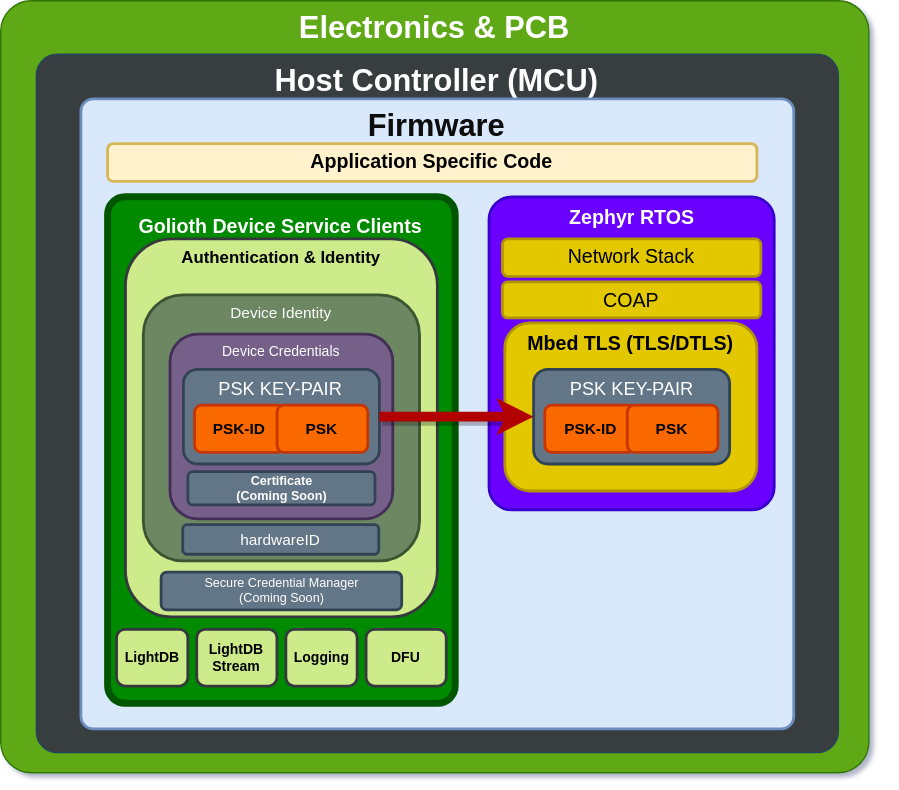
golioth/docs keeps this draw.io diagram as docs/firmware/firmware-client-auth.drawio.svg. Above is the earlier version. Source tidied: cells renumbered, new cells last; positions are measured from the earlier drawing's top-left corner, leaving out a move shared by most shapes.
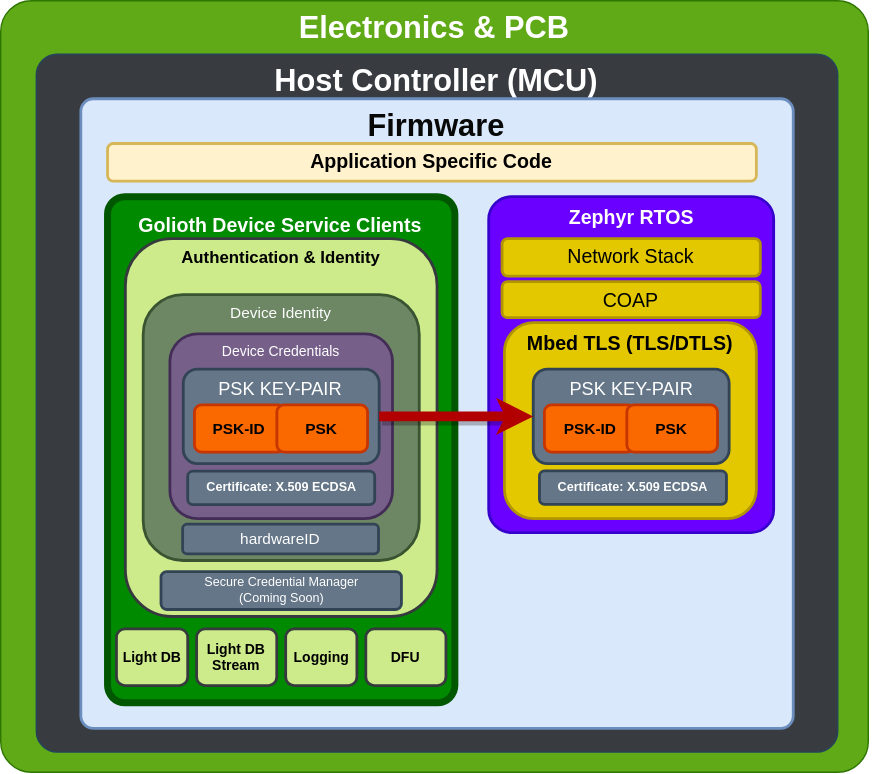
Later version of the same file.

Commit message:
firmware: convert authentication to a section

Change to the diagram source:
```diff
@@ -1,94 +1,98 @@
-<mxGraphModel shadow="1">
+<mxGraphModel>
   <root>
-    <mxCell id="0" />
+    <mxCell id="36" />
+    <mxCell id="37" parent="36" />
-    <mxCell id="1" value="background" parent="0" />
+    <mxCell id="1" value="background" parent="36" />
-    <mxCell id="2" value="PCB" parent="0" />
+    <mxCell id="2" value="PCB" parent="36" />
-    <mxCell id="3" value="pcb-components" parent="0" />
+    <mxCell id="3" value="pcb-components" parent="36" />
-    <mxCell id="4" value="host-mcu" parent="0" />
+    <mxCell id="4" value="host-mcu" parent="36" />
-    <mxCell id="5" value="internal-flash" parent="0" />
+    <mxCell id="5" value="internal-flash" parent="36" />
-    <mxCell id="6" value="software" parent="0" />
+    <mxCell id="6" value="software" parent="36" />
-    <mxCell id="7" value="golioth" parent="0" />
+    <mxCell id="7" value="golioth" parent="36" />
-    <mxCell id="8" value="OS-Ecosystem" parent="0" />
+    <mxCell id="8" value="OS-Ecosystem" parent="36" />
-    <mxCell id="9" style="group;fontSize=9;" parent="8" vertex="1">
-      <mxGeometry width="630" height="551.3" as="geometry" />
-    </mxCell>
+    <mxCell id="38" style="group;fontSize=9;" parent="8" vertex="1">
+      <mxGeometry x="-230" y="-98" width="630" height="551.3" as="geometry" />
+    </mxCell>
-    <mxCell id="10" value="Electronics &amp;amp; PCB" style="rounded=1;whiteSpace=wrap;html=1;align=center;verticalAlign=top;arcSize=4;fillColor=#60a917;strokeColor=#2D7600;fontColor=#ffffff;fontSize=22;fontStyle=1;" parent="9" vertex="1">
+    <mxCell id="10" value="Electronics &amp;amp; PCB" style="rounded=1;whiteSpace=wrap;html=1;align=center;verticalAlign=top;arcSize=4;fillColor=#60a917;strokeColor=#2D7600;fontColor=#ffffff;fontSize=22;fontStyle=1;" parent="38" vertex="1">
       <mxGeometry width="620" height="551.3" as="geometry" />
     </mxCell>
-    <mxCell id="11" value="Host Controller (MCU)" style="rounded=1;whiteSpace=wrap;html=1;align=center;verticalAlign=top;arcSize=3;fillColor=#383C40;strokeColor=#23445d;fontSize=22;fontStyle=1;fontColor=#FFFFFF;" parent="9" vertex="1">
+    <mxCell id="11" value="Host Controller (MCU)" style="rounded=1;whiteSpace=wrap;html=1;align=center;verticalAlign=top;arcSize=3;fillColor=#383C40;strokeColor=#23445d;fontSize=22;fontStyle=1;fontColor=#FFFFFF;" parent="38" vertex="1">
       <mxGeometry x="25.5" y="38.2" width="572.7" height="498.7" as="geometry" />
     </mxCell>
-    <mxCell id="12" value="Firmware" style="rounded=1;whiteSpace=wrap;html=1;strokeWidth=2;align=center;verticalAlign=top;arcSize=2;fillColor=#dae8fc;strokeColor=#6c8ebf;fontSize=22;fontStyle=1;fontColor=#080808;" parent="9" vertex="1">
+    <mxCell id="12" value="Firmware" style="rounded=1;whiteSpace=wrap;html=1;strokeWidth=2;align=center;verticalAlign=top;arcSize=2;fillColor=#dae8fc;strokeColor=#6c8ebf;fontSize=22;fontStyle=1;fontColor=#080808;" parent="38" vertex="1">
       <mxGeometry x="57.3" y="70" width="509.1" height="450" as="geometry" />
     </mxCell>
-    <mxCell id="13" value="&lt;font style=&quot;font-size: 14px;&quot;&gt;Zephyr RTOS&lt;/font&gt;" style="rounded=1;whiteSpace=wrap;html=1;strokeWidth=2;align=center;verticalAlign=top;fillColor=#6a00ff;strokeColor=#3700CC;fontStyle=1;fontColor=#ffffff;fontSize=14;arcSize=8;" parent="9" vertex="1">
-      <mxGeometry x="348.7" y="140" width="203.6" height="223.6" as="geometry" />
+    <mxCell id="13" value="&lt;font style=&quot;font-size: 14px;&quot;&gt;Zephyr RTOS&lt;/font&gt;" style="rounded=1;whiteSpace=wrap;html=1;strokeWidth=2;align=center;verticalAlign=top;fillColor=#6a00ff;strokeColor=#3700CC;fontStyle=1;fontColor=#ffffff;fontSize=14;arcSize=8;" parent="38" vertex="1">
+      <mxGeometry x="348.7" y="140" width="203.6" height="240" as="geometry" />
     </mxCell>
-    <mxCell id="14" value="COAP" style="rounded=1;whiteSpace=wrap;html=1;strokeWidth=2;align=center;verticalAlign=middle;fillColor=#e3c800;strokeColor=#B09500;fontColor=#000000;fontSize=14;" parent="9" vertex="1">
+    <mxCell id="14" value="COAP" style="rounded=1;whiteSpace=wrap;html=1;strokeWidth=2;align=center;verticalAlign=middle;fillColor=#e3c800;strokeColor=#B09500;fontColor=#000000;fontSize=14;" parent="38" vertex="1">
       <mxGeometry x="358.3" y="200.8" width="184.5" height="25.7" as="geometry" />
     </mxCell>
-    <mxCell id="15" value="&lt;font style=&quot;font-size: 14px;&quot;&gt;Mbed TLS (TLS/DTLS)&lt;/font&gt;" style="rounded=1;whiteSpace=wrap;html=1;strokeWidth=2;align=center;verticalAlign=top;fillColor=#e3c800;strokeColor=#B09500;fontColor=#000000;fontStyle=1;fontSize=14;" parent="9" vertex="1">
-      <mxGeometry x="360" y="230" width="180" height="120" as="geometry" />
+    <mxCell id="15" value="&lt;font style=&quot;font-size: 14px;&quot;&gt;Mbed TLS (TLS/DTLS)&lt;/font&gt;" style="rounded=1;whiteSpace=wrap;html=1;strokeWidth=2;align=center;verticalAlign=top;fillColor=#e3c800;strokeColor=#B09500;fontColor=#000000;fontStyle=1;fontSize=14;" parent="38" vertex="1">
+      <mxGeometry x="360" y="230" width="180" height="140" as="geometry" />
     </mxCell>
-    <mxCell id="16" value="Network Stack" style="rounded=1;whiteSpace=wrap;html=1;strokeWidth=2;align=center;verticalAlign=middle;fillColor=#e3c800;strokeColor=#B09500;fontColor=#000000;fontSize=14;" parent="9" vertex="1">
+    <mxCell id="16" value="Network Stack" style="rounded=1;whiteSpace=wrap;html=1;strokeWidth=2;align=center;verticalAlign=middle;fillColor=#e3c800;strokeColor=#B09500;fontColor=#000000;fontSize=14;" parent="38" vertex="1">
       <mxGeometry x="358.3" y="170" width="184.5" height="26.8" as="geometry" />
     </mxCell>
-    <mxCell id="17" value="Application Specific Code" style="rounded=1;whiteSpace=wrap;html=1;strokeWidth=2;align=center;verticalAlign=middle;fontSize=14;fontStyle=1;fillColor=#fff2cc;strokeColor=#d6b656;fontColor=#000000;" parent="9" vertex="1">
+    <mxCell id="17" value="Application Specific Code" style="rounded=1;whiteSpace=wrap;html=1;strokeWidth=2;align=center;verticalAlign=middle;fontSize=14;fontStyle=1;fillColor=#fff2cc;strokeColor=#d6b656;fontColor=#000000;" parent="38" vertex="1">
       <mxGeometry x="76.4" y="102" width="463.6" height="26.9" as="geometry" />
     </mxCell>
-    <mxCell id="18" value="&lt;b&gt;&lt;font style=&quot;font-size: 14px&quot;&gt;Golioth Device Service Clients&lt;/font&gt;&lt;/b&gt;" style="rounded=1;whiteSpace=wrap;html=1;strokeWidth=5;align=center;verticalAlign=top;fillColor=#008a00;strokeColor=#005700;fontColor=#ffffff;arcSize=5;fontSize=20;" parent="9" vertex="1">
+    <mxCell id="18" value="&lt;b&gt;&lt;font style=&quot;font-size: 14px&quot;&gt;Golioth Device Service Clients&lt;/font&gt;&lt;/b&gt;" style="rounded=1;whiteSpace=wrap;html=1;strokeWidth=5;align=center;verticalAlign=top;fillColor=#008a00;strokeColor=#005700;fontColor=#ffffff;arcSize=5;fontSize=20;" parent="38" vertex="1">
       <mxGeometry x="76.4" y="140" width="248.2" height="361.6" as="geometry" />
     </mxCell>
-    <mxCell id="19" value="Authentication &amp;amp; Identity" style="rounded=1;whiteSpace=wrap;html=1;strokeWidth=2;align=center;verticalAlign=top;fillColor=#cdeb8b;strokeColor=#36393d;fontStyle=1;fontSize=12;fontColor=#000000;" parent="9" vertex="1">
+    <mxCell id="19" value="Authentication &amp;amp; Identity" style="rounded=1;whiteSpace=wrap;html=1;strokeWidth=2;align=center;verticalAlign=top;fillColor=#cdeb8b;strokeColor=#36393d;fontStyle=1;fontSize=12;fontColor=#000000;" parent="38" vertex="1">
       <mxGeometry x="89.1" y="170" width="222.7" height="270" as="geometry" />
     </mxCell>
-    <mxCell id="20" value="Device Identity" style="rounded=1;whiteSpace=wrap;html=1;strokeWidth=2;align=center;verticalAlign=top;fillColor=#6d8764;fontColor=#ffffff;strokeColor=#3A5431;fontSize=11;" parent="9" vertex="1">
+    <mxCell id="20" value="Device Identity" style="rounded=1;whiteSpace=wrap;html=1;strokeWidth=2;align=center;verticalAlign=top;fillColor=#6d8764;fontColor=#ffffff;strokeColor=#3A5431;fontSize=11;" parent="38" vertex="1">
       <mxGeometry x="101.8" y="210" width="197.3" height="190" as="geometry" />
     </mxCell>
-    <mxCell id="21" value="Device Credentials" style="rounded=1;whiteSpace=wrap;html=1;strokeWidth=2;align=center;verticalAlign=top;fillColor=#76608a;fontColor=#ffffff;strokeColor=#432D57;fontSize=10;" parent="9" vertex="1">
+    <mxCell id="21" value="Device Credentials" style="rounded=1;whiteSpace=wrap;html=1;strokeWidth=2;align=center;verticalAlign=top;fillColor=#76608a;fontColor=#ffffff;strokeColor=#432D57;fontSize=10;" parent="38" vertex="1">
       <mxGeometry x="120.9" y="238" width="159.1" height="132" as="geometry" />
     </mxCell>
-    <mxCell id="22" value="Certificate&lt;br style=&quot;font-size: 9px;&quot;&gt;(Coming Soon)" style="rounded=1;whiteSpace=wrap;html=1;strokeWidth=2;align=center;verticalAlign=middle;fillColor=#647687;fontColor=#ffffff;strokeColor=#314354;fontStyle=1;fontSize=9;" parent="9" vertex="1">
-      <mxGeometry x="133.6" y="336.2" width="133.6" height="23.8" as="geometry" />
-    </mxCell>
+    <mxCell id="39" value="Certificate: X.509 ECDSA" style="rounded=1;whiteSpace=wrap;html=1;strokeWidth=2;align=center;verticalAlign=middle;fillColor=#647687;fontColor=#ffffff;strokeColor=#314354;fontStyle=1;fontSize=9;" parent="38" vertex="1">
+      <mxGeometry x="133.6" y="336.2" width="133.6" height="23.8" as="geometry" />
+    </mxCell>
-    <mxCell id="23" value="hardwareID" style="rounded=1;whiteSpace=wrap;html=1;strokeWidth=2;align=center;verticalAlign=middle;fillColor=#647687;fontColor=#ffffff;strokeColor=#314354;fontSize=11;" parent="9" vertex="1">
+    <mxCell id="23" value="hardwareID" style="rounded=1;whiteSpace=wrap;html=1;strokeWidth=2;align=center;verticalAlign=middle;fillColor=#647687;fontColor=#ffffff;strokeColor=#314354;fontSize=11;" parent="38" vertex="1">
       <mxGeometry x="130" y="374" width="140" height="21.2" as="geometry" />
     </mxCell>
-    <mxCell id="24" value="Secure Credential Manager&lt;br style=&quot;font-size: 9px;&quot;&gt;(Coming Soon)" style="rounded=1;whiteSpace=wrap;html=1;strokeWidth=2;align=center;verticalAlign=middle;fontSize=9;fillColor=#647687;fontColor=#ffffff;strokeColor=#314354;" parent="9" vertex="1">
+    <mxCell id="24" value="Secure Credential Manager&lt;br style=&quot;font-size: 9px;&quot;&gt;(Coming Soon)" style="rounded=1;whiteSpace=wrap;html=1;strokeWidth=2;align=center;verticalAlign=middle;fontSize=9;fillColor=#647687;fontColor=#ffffff;strokeColor=#314354;" parent="38" vertex="1">
       <mxGeometry x="114.5" y="408" width="171.8" height="27" as="geometry" />
     </mxCell>
-    <mxCell id="25" value="DFU" style="rounded=1;whiteSpace=wrap;html=1;strokeWidth=2;align=center;verticalAlign=middle;fillColor=#cdeb8b;strokeColor=#36393d;fontStyle=1;fontSize=10;fontColor=#000000;" parent="9" vertex="1">
+    <mxCell id="25" value="DFU" style="rounded=1;whiteSpace=wrap;html=1;strokeWidth=2;align=center;verticalAlign=middle;fillColor=#cdeb8b;strokeColor=#36393d;fontStyle=1;fontSize=10;fontColor=#000000;" parent="38" vertex="1">
       <mxGeometry x="260.9" y="448.9" width="57.3" height="40.5" as="geometry" />
     </mxCell>
-    <mxCell id="26" value="Light DB" style="rounded=1;whiteSpace=wrap;html=1;strokeWidth=2;align=center;verticalAlign=middle;fillColor=#cdeb8b;strokeColor=#36393d;fontStyle=1;fontSize=10;fontColor=#000000;" parent="9" vertex="1">
+    <mxCell id="26" value="Light DB" style="rounded=1;whiteSpace=wrap;html=1;strokeWidth=2;align=center;verticalAlign=middle;fillColor=#cdeb8b;strokeColor=#36393d;fontStyle=1;fontSize=10;fontColor=#000000;" parent="38" vertex="1">
       <mxGeometry x="82.7" y="448.9" width="50.9" height="40.5" as="geometry" />
     </mxCell>
-    <mxCell id="27" value="Light DB Stream" style="rounded=1;whiteSpace=wrap;html=1;strokeWidth=2;align=center;verticalAlign=middle;fillColor=#cdeb8b;strokeColor=#36393d;fontStyle=1;fontSize=10;fontColor=#000000;" parent="9" vertex="1">
+    <mxCell id="27" value="Light DB Stream" style="rounded=1;whiteSpace=wrap;html=1;strokeWidth=2;align=center;verticalAlign=middle;fillColor=#cdeb8b;strokeColor=#36393d;fontStyle=1;fontSize=10;fontColor=#000000;" parent="38" vertex="1">
       <mxGeometry x="140" y="448.9" width="57.3" height="40.5" as="geometry" />
     </mxCell>
-    <mxCell id="28" value="Logging" style="rounded=1;whiteSpace=wrap;html=1;strokeWidth=2;align=center;verticalAlign=middle;fillColor=#cdeb8b;strokeColor=#36393d;fontStyle=1;fontSize=10;fontColor=#000000;" parent="9" vertex="1">
+    <mxCell id="28" value="Logging" style="rounded=1;whiteSpace=wrap;html=1;strokeWidth=2;align=center;verticalAlign=middle;fillColor=#cdeb8b;strokeColor=#36393d;fontStyle=1;fontSize=10;fontColor=#000000;" parent="38" vertex="1">
       <mxGeometry x="203.6" y="448.9" width="50.9" height="40.5" as="geometry" />
     </mxCell>
-    <mxCell id="29" value="&lt;font style=&quot;font-size: 13px;&quot;&gt;PSK KEY-PAIR&lt;/font&gt;" style="rounded=1;whiteSpace=wrap;html=1;strokeWidth=2;align=center;verticalAlign=top;fillColor=#647687;strokeColor=#314354;fontColor=#ffffff;fontSize=13;" parent="9" vertex="1">
+    <mxCell id="29" value="&lt;font style=&quot;font-size: 13px;&quot;&gt;PSK KEY-PAIR&lt;/font&gt;" style="rounded=1;whiteSpace=wrap;html=1;strokeWidth=2;align=center;verticalAlign=top;fillColor=#647687;strokeColor=#314354;fontColor=#ffffff;fontSize=13;" parent="38" vertex="1">
       <mxGeometry x="130.5" y="263.2" width="140" height="67.5" as="geometry" />
     </mxCell>
-    <mxCell id="30" value="PSK-ID" style="rounded=1;whiteSpace=wrap;html=1;strokeWidth=2;align=center;verticalAlign=middle;fillColor=#fa6800;fontColor=#000000;strokeColor=#C73500;fontSize=11;fontStyle=1;" parent="9" vertex="1">
+    <mxCell id="30" value="PSK-ID" style="rounded=1;whiteSpace=wrap;html=1;strokeWidth=2;align=center;verticalAlign=middle;fillColor=#fa6800;fontColor=#000000;strokeColor=#C73500;fontSize=11;fontStyle=1;" parent="38" vertex="1">
       <mxGeometry x="138.5" y="288.8" width="64.8" height="33.8" as="geometry" />
     </mxCell>
-    <mxCell id="31" value="PSK" style="rounded=1;whiteSpace=wrap;html=1;strokeWidth=2;align=center;verticalAlign=middle;fillColor=#fa6800;fontColor=#000000;strokeColor=#C73500;fontSize=11;fontStyle=1;" parent="9" vertex="1">
+    <mxCell id="31" value="PSK" style="rounded=1;whiteSpace=wrap;html=1;strokeWidth=2;align=center;verticalAlign=middle;fillColor=#fa6800;fontColor=#000000;strokeColor=#C73500;fontSize=11;fontStyle=1;" parent="38" vertex="1">
       <mxGeometry x="197.4" y="288.8" width="64.8" height="33.8" as="geometry" />
     </mxCell>
-    <mxCell id="32" value="&lt;font style=&quot;font-size: 13px;&quot;&gt;PSK KEY-PAIR&lt;/font&gt;" style="rounded=1;whiteSpace=wrap;html=1;strokeWidth=2;align=center;verticalAlign=top;fillColor=#647687;strokeColor=#314354;fontColor=#ffffff;fontSize=13;" parent="9" vertex="1">
+    <mxCell id="32" value="&lt;font style=&quot;font-size: 13px;&quot;&gt;PSK KEY-PAIR&lt;/font&gt;" style="rounded=1;whiteSpace=wrap;html=1;strokeWidth=2;align=center;verticalAlign=top;fillColor=#647687;strokeColor=#314354;fontColor=#ffffff;fontSize=13;" parent="38" vertex="1">
       <mxGeometry x="380.5" y="263.2" width="140" height="67.5" as="geometry" />
     </mxCell>
-    <mxCell id="33" style="edgeStyle=orthogonalEdgeStyle;rounded=0;jettySize=auto;html=1;exitX=1;exitY=0.5;exitDx=0;exitDy=0;entryX=0;entryY=0.5;entryDx=0;entryDy=0;fontSize=21;endSize=4;strokeWidth=7;fillColor=#e51400;strokeColor=#B20000;shadow=1;" parent="9" edge="1" source="29" target="32">
+    <mxCell id="33" style="edgeStyle=orthogonalEdgeStyle;rounded=0;jettySize=auto;html=1;exitX=1;exitY=0.5;exitDx=0;exitDy=0;entryX=0;entryY=0.5;entryDx=0;entryDy=0;fontSize=21;endSize=4;strokeWidth=7;fillColor=#e51400;strokeColor=#B20000;shadow=1;" parent="38" edge="1" source="29" target="32">
       <mxGeometry relative="1" as="geometry" />
     </mxCell>
-    <mxCell id="34" value="PSK-ID" style="rounded=1;whiteSpace=wrap;html=1;strokeWidth=2;align=center;verticalAlign=middle;fillColor=#fa6800;fontColor=#000000;strokeColor=#C73500;fontSize=11;fontStyle=1;" parent="9" vertex="1">
+    <mxCell id="34" value="PSK-ID" style="rounded=1;whiteSpace=wrap;html=1;strokeWidth=2;align=center;verticalAlign=middle;fillColor=#fa6800;fontColor=#000000;strokeColor=#C73500;fontSize=11;fontStyle=1;" parent="38" vertex="1">
       <mxGeometry x="388.6" y="288.8" width="64.8" height="33.8" as="geometry" />
     </mxCell>
-    <mxCell id="35" value="PSK" style="rounded=1;whiteSpace=wrap;html=1;strokeWidth=2;align=center;verticalAlign=middle;fillColor=#fa6800;fontColor=#000000;strokeColor=#C73500;fontSize=11;fontStyle=1;" parent="9" vertex="1">
+    <mxCell id="35" value="PSK" style="rounded=1;whiteSpace=wrap;html=1;strokeWidth=2;align=center;verticalAlign=middle;fillColor=#fa6800;fontColor=#000000;strokeColor=#C73500;fontSize=11;fontStyle=1;" parent="38" vertex="1">
       <mxGeometry x="447.5" y="288.8" width="64.8" height="33.8" as="geometry" />
     </mxCell>
+    <mxCell id="40" value="Certificate: X.509 ECDSA" style="rounded=1;whiteSpace=wrap;html=1;strokeWidth=2;align=center;verticalAlign=middle;fillColor=#647687;fontColor=#ffffff;strokeColor=#314354;fontStyle=1;fontSize=9;" parent="38" vertex="1">
+      <mxGeometry x="385" y="336" width="133.6" height="23.8" as="geometry" />
+    </mxCell>
   </root>
 </mxGraphModel>
```
